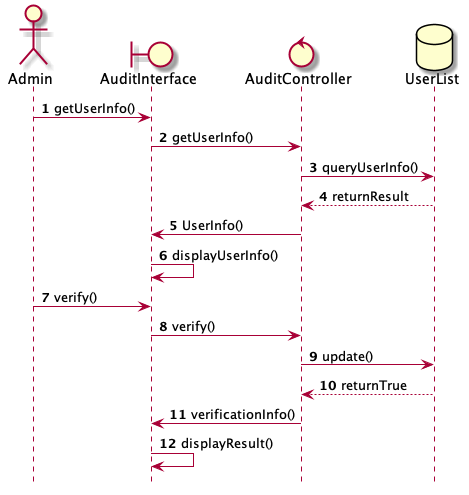
Before: report/figure/sequenceDiagram/sd_audit_user.png, a diagram exported from PlantUML (wwyf/Waterfall).
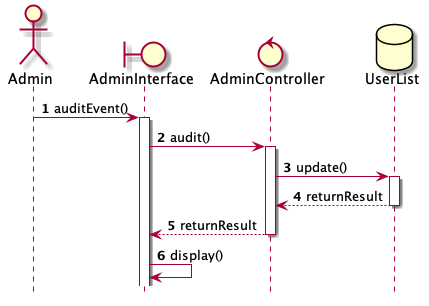
The same diagram one commit later.

Diff of the diagram source:
```diff
@@ -2,22 +2,26 @@
 	hide footbox
 
 	actor Admin as act
-	boundary AuditInterface as bou
-	control AuditController as con
+	boundary AdminInterface as bou
+	control AdminController as con
 	database UserList as db
 
 	autonumber
-	act -> bou : getUserInfo()
-	bou -> con : getUserInfo()
-	con -> db : queryUserInfo()
+	act -> bou : auditEvent()
+	activate bou
+
+	bou -> con : audit()
+	activate con
+
+	con -> db : update()
+	activate db
+
 	db --> con : returnResult
-	con -> bou : UserInfo()
-	bou -> bou : displayUserInfo()
-	act -> bou : verify()
-	bou -> con : verify()
-	con -> db : update()
-	db --> con : returnTrue
-	con -> bou : verificationInfo()
-	bou -> bou : displayResult()
+	deactivate db
+
+	con --> bou : returnResult
+	deactivate con
+
+	bou -> bou : display()
 
 @enduml
```
